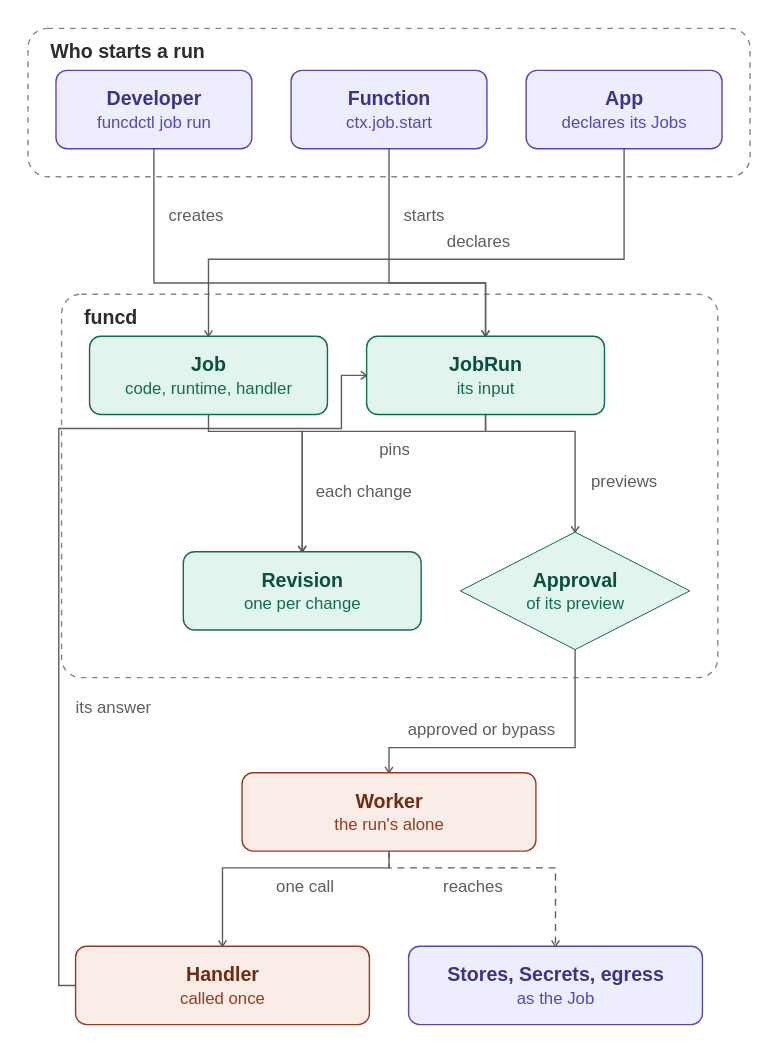
pyvvo/funcd keeps this draw.io diagram as docs/guide/assets/jobs.drawio.svg. Above is the earlier version. Source tidied: cells renumbered, new cells last; positions are measured from the earlier drawing's top-left corner, leaving out a move shared by most shapes.
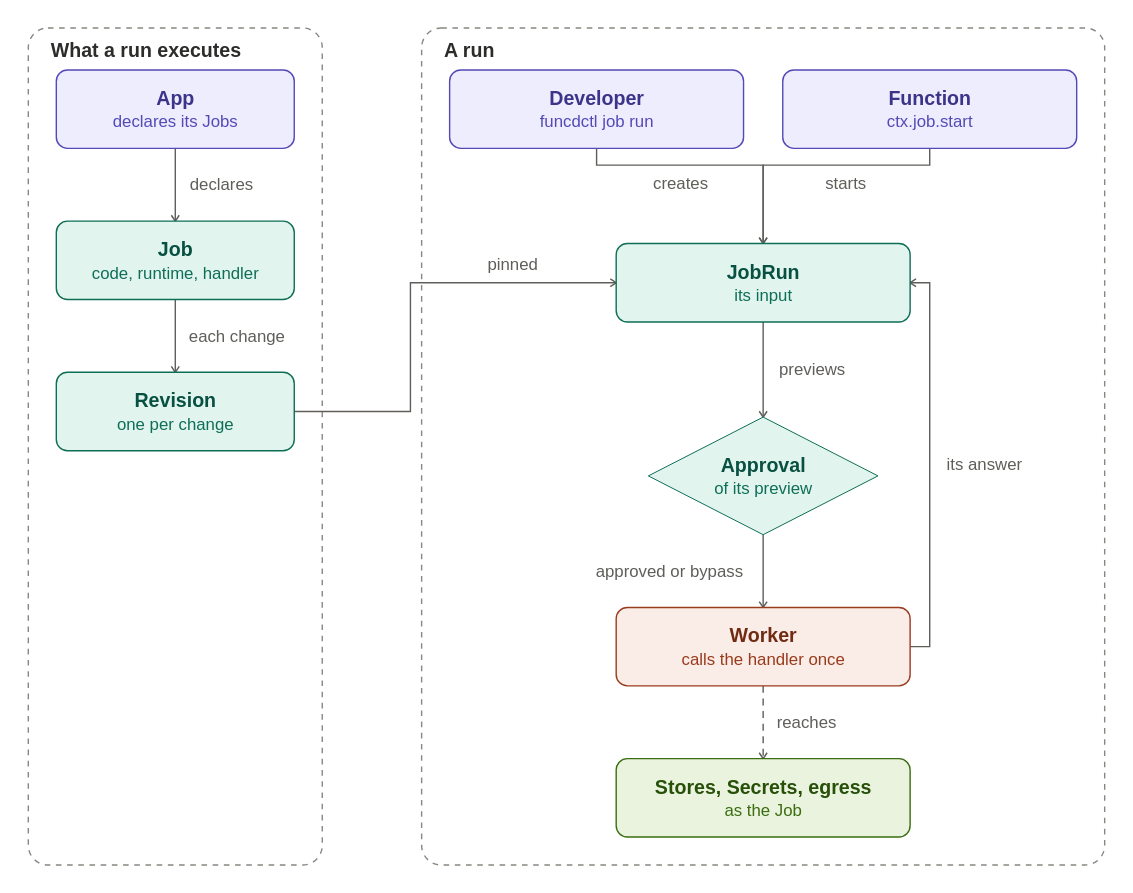
Above is the later version.

The edit, as a diff of the source:
```diff
@@ -2,133 +2,99 @@
   <root>
     <mxCell id="0" />
     <mxCell id="1" parent="0" />
-    <mxCell id="2" value="Who starts a run" style="rounded=1;absoluteArcSize=1;arcSize=28;dashed=1;fillColor=none;strokeColor=#888780;fontStyle=1;fontSize=14;fontColor=#2C2C2A;align=left;verticalAlign=top;spacingLeft=10;spacingTop=2;html=1;" parent="1" vertex="1">
-      <mxGeometry width="516" height="106" as="geometry" />
+    <mxCell id="2" value="What a run executes" style="rounded=1;absoluteArcSize=1;arcSize=28;dashed=1;fillColor=none;strokeColor=#888780;fontStyle=1;fontSize=14;fontColor=#2C2C2A;align=left;verticalAlign=top;spacingLeft=10;spacingTop=2;html=1;" parent="1" vertex="1">
+      <mxGeometry width="210" height="598" as="geometry" />
     </mxCell>
-    <mxCell id="3" value="&lt;b&gt;Developer&lt;/b&gt;&lt;br&gt;&lt;font style=&quot;font-size:12px&quot; color=&quot;#534AB7&quot;&gt;funcdctl job run&lt;/font&gt;" style="rounded=1;absoluteArcSize=1;arcSize=16;whiteSpace=wrap;html=1;fillColor=#EEEDFE;strokeColor=#534AB7;fontColor=#3C3489;fontSize=14;" parent="2" vertex="1">
-      <mxGeometry x="20" y="30" width="140" height="56" as="geometry" />
+    <mxCell id="3" value="&lt;b&gt;App&lt;/b&gt;&lt;br&gt;&lt;font style=&quot;font-size:12px&quot; color=&quot;#534AB7&quot;&gt;declares its Jobs&lt;/font&gt;" style="rounded=1;absoluteArcSize=1;arcSize=16;whiteSpace=wrap;html=1;fillColor=#EEEDFE;strokeColor=#534AB7;fontColor=#3C3489;fontSize=14;" parent="2" vertex="1">
+      <mxGeometry x="20" y="30" width="170" height="56" as="geometry" />
     </mxCell>
-    <mxCell id="4" value="&lt;b&gt;Function&lt;/b&gt;&lt;br&gt;&lt;font style=&quot;font-size:12px&quot; color=&quot;#534AB7&quot;&gt;ctx.job.start&lt;/font&gt;" style="rounded=1;absoluteArcSize=1;arcSize=16;whiteSpace=wrap;html=1;fillColor=#EEEDFE;strokeColor=#534AB7;fontColor=#3C3489;fontSize=14;" parent="2" vertex="1">
-      <mxGeometry x="188" y="30" width="140" height="56" as="geometry" />
+    <mxCell id="4" value="&lt;b&gt;Job&lt;/b&gt;&lt;br&gt;&lt;font style=&quot;font-size:12px&quot; color=&quot;#0F6E56&quot;&gt;code, runtime, handler&lt;/font&gt;" style="rounded=1;absoluteArcSize=1;arcSize=16;whiteSpace=wrap;html=1;fillColor=#E1F5EE;strokeColor=#0F6E56;fontColor=#085041;fontSize=14;" parent="2" vertex="1">
+      <mxGeometry x="20" y="138" width="170" height="56" as="geometry" />
     </mxCell>
-    <mxCell id="5" value="&lt;b&gt;App&lt;/b&gt;&lt;br&gt;&lt;font style=&quot;font-size:12px&quot; color=&quot;#534AB7&quot;&gt;declares its Jobs&lt;/font&gt;" style="rounded=1;absoluteArcSize=1;arcSize=16;whiteSpace=wrap;html=1;fillColor=#EEEDFE;strokeColor=#534AB7;fontColor=#3C3489;fontSize=14;" parent="2" vertex="1">
-      <mxGeometry x="356" y="30" width="140" height="56" as="geometry" />
+    <mxCell id="5" value="&lt;b&gt;Revision&lt;/b&gt;&lt;br&gt;&lt;font style=&quot;font-size:12px&quot; color=&quot;#0F6E56&quot;&gt;one per change&lt;/font&gt;" style="rounded=1;absoluteArcSize=1;arcSize=16;whiteSpace=wrap;html=1;fillColor=#E1F5EE;strokeColor=#0F6E56;fontColor=#085041;fontSize=14;" parent="2" vertex="1">
+      <mxGeometry x="20" y="246" width="170" height="56" as="geometry" />
     </mxCell>
-    <mxCell id="6" value="funcd" style="rounded=1;absoluteArcSize=1;arcSize=28;dashed=1;fillColor=none;strokeColor=#888780;fontStyle=1;fontSize=14;fontColor=#2C2C2A;align=left;verticalAlign=top;spacingLeft=10;spacingTop=2;html=1;" parent="1" vertex="1">
-      <mxGeometry x="24" y="190" width="469" height="274" as="geometry" />
+    <mxCell id="6" value="A run" style="rounded=1;absoluteArcSize=1;arcSize=28;dashed=1;fillColor=none;strokeColor=#888780;fontStyle=1;fontSize=14;fontColor=#2C2C2A;align=left;verticalAlign=top;spacingLeft=10;spacingTop=2;html=1;" parent="1" vertex="1">
+      <mxGeometry x="281" width="488" height="598" as="geometry" />
     </mxCell>
-    <mxCell id="7" value="&lt;b&gt;Job&lt;/b&gt;&lt;br&gt;&lt;font style=&quot;font-size:12px&quot; color=&quot;#0F6E56&quot;&gt;code, runtime, handler&lt;/font&gt;" style="rounded=1;absoluteArcSize=1;arcSize=16;whiteSpace=wrap;html=1;fillColor=#E1F5EE;strokeColor=#0F6E56;fontColor=#085041;fontSize=14;" parent="6" vertex="1">
-      <mxGeometry x="20" y="30" width="170" height="56" as="geometry" />
+    <mxCell id="7" value="&lt;b&gt;Developer&lt;/b&gt;&lt;br&gt;&lt;font style=&quot;font-size:12px&quot; color=&quot;#534AB7&quot;&gt;funcdctl job run&lt;/font&gt;" style="rounded=1;absoluteArcSize=1;arcSize=16;whiteSpace=wrap;html=1;fillColor=#EEEDFE;strokeColor=#534AB7;fontColor=#3C3489;fontSize=14;" parent="6" vertex="1">
+      <mxGeometry x="20" y="30" width="210" height="56" as="geometry" />
     </mxCell>
-    <mxCell id="8" value="&lt;b&gt;Revision&lt;/b&gt;&lt;br&gt;&lt;font style=&quot;font-size:12px&quot; color=&quot;#0F6E56&quot;&gt;one per change&lt;/font&gt;" style="rounded=1;absoluteArcSize=1;arcSize=16;whiteSpace=wrap;html=1;fillColor=#E1F5EE;strokeColor=#0F6E56;fontColor=#085041;fontSize=14;" parent="6" vertex="1">
-      <mxGeometry x="87" y="184" width="170" height="56" as="geometry" />
+    <mxCell id="8" value="&lt;b&gt;Function&lt;/b&gt;&lt;br&gt;&lt;font style=&quot;font-size:12px&quot; color=&quot;#534AB7&quot;&gt;ctx.job.start&lt;/font&gt;" style="rounded=1;absoluteArcSize=1;arcSize=16;whiteSpace=wrap;html=1;fillColor=#EEEDFE;strokeColor=#534AB7;fontColor=#3C3489;fontSize=14;" parent="6" vertex="1">
+      <mxGeometry x="258" y="30" width="210" height="56" as="geometry" />
     </mxCell>
     <mxCell id="9" value="&lt;b&gt;JobRun&lt;/b&gt;&lt;br&gt;&lt;font style=&quot;font-size:12px&quot; color=&quot;#0F6E56&quot;&gt;its input&lt;/font&gt;" style="rounded=1;absoluteArcSize=1;arcSize=16;whiteSpace=wrap;html=1;fillColor=#E1F5EE;strokeColor=#0F6E56;fontColor=#085041;fontSize=14;" parent="6" vertex="1">
-      <mxGeometry x="218" y="30" width="170" height="56" as="geometry" />
+      <mxGeometry x="139" y="154" width="210" height="56" as="geometry" />
     </mxCell>
     <mxCell id="10" value="&lt;b&gt;Approval&lt;/b&gt;&lt;br&gt;&lt;font style=&quot;font-size:12px&quot; color=&quot;#0F6E56&quot;&gt;of its preview&lt;/font&gt;" style="rhombus;whiteSpace=wrap;html=1;fillColor=#E1F5EE;strokeColor=#0F6E56;fontColor=#085041;fontSize=14;" parent="6" vertex="1">
-      <mxGeometry x="285" y="170" width="164" height="84" as="geometry" />
+      <mxGeometry x="162" y="278" width="164" height="84" as="geometry" />
     </mxCell>
-    <mxCell id="11" value="&lt;b&gt;Worker&lt;/b&gt;&lt;br&gt;&lt;font style=&quot;font-size:12px&quot; color=&quot;#993C1D&quot;&gt;the run&amp;#x27;s alone&lt;/font&gt;" style="rounded=1;absoluteArcSize=1;arcSize=16;whiteSpace=wrap;html=1;fillColor=#FAECE7;strokeColor=#993C1D;fontColor=#712B13;fontSize=14;" parent="1" vertex="1">
-      <mxGeometry x="153" y="532" width="210" height="56" as="geometry" />
+    <mxCell id="11" value="&lt;b&gt;Worker&lt;/b&gt;&lt;br&gt;&lt;font style=&quot;font-size:12px&quot; color=&quot;#993C1D&quot;&gt;calls the handler once&lt;/font&gt;" style="rounded=1;absoluteArcSize=1;arcSize=16;whiteSpace=wrap;html=1;fillColor=#FAECE7;strokeColor=#993C1D;fontColor=#712B13;fontSize=14;" parent="6" vertex="1">
+      <mxGeometry x="139" y="414" width="210" height="56" as="geometry" />
     </mxCell>
-    <mxCell id="12" value="&lt;b&gt;Handler&lt;/b&gt;&lt;br&gt;&lt;font style=&quot;font-size:12px&quot; color=&quot;#993C1D&quot;&gt;called once&lt;/font&gt;" style="rounded=1;absoluteArcSize=1;arcSize=16;whiteSpace=wrap;html=1;fillColor=#FAECE7;strokeColor=#993C1D;fontColor=#712B13;fontSize=14;" parent="1" vertex="1">
-      <mxGeometry x="34" y="656" width="210" height="56" as="geometry" />
+    <mxCell id="12" value="&lt;b&gt;Stores, Secrets, egress&lt;/b&gt;&lt;br&gt;&lt;font style=&quot;font-size:12px&quot; color=&quot;#3B6D11&quot;&gt;as the Job&lt;/font&gt;" style="rounded=1;absoluteArcSize=1;arcSize=16;whiteSpace=wrap;html=1;fillColor=#EAF3DE;strokeColor=#3B6D11;fontColor=#27500A;fontSize=14;" parent="6" vertex="1">
+      <mxGeometry x="139" y="522" width="210" height="56" as="geometry" />
     </mxCell>
-    <mxCell id="13" value="&lt;b&gt;Stores, Secrets, egress&lt;/b&gt;&lt;br&gt;&lt;font style=&quot;font-size:12px&quot; color=&quot;#534AB7&quot;&gt;as the Job&lt;/font&gt;" style="rounded=1;absoluteArcSize=1;arcSize=16;whiteSpace=wrap;html=1;fillColor=#EEEDFE;strokeColor=#534AB7;fontColor=#3C3489;fontSize=14;" parent="1" vertex="1">
-      <mxGeometry x="272" y="656" width="210" height="56" as="geometry" />
-    </mxCell>
-    <mxCell id="14" value="creates" style="edgeStyle=orthogonalEdgeStyle;rounded=0;html=1;jettySize=auto;strokeColor=#5F5E5A;fontColor=#5F5E5A;fontSize=12;labelBackgroundColor=#FFFFFF;endSize=7;endArrow=open;endFill=0;exitX=0.5;exitY=1;exitDx=0;exitDy=0;exitPerimeter=0;entryX=0.5;entryY=0;entryDx=0;entryDy=0;entryPerimeter=0;" parent="1" edge="1" source="3" target="9">
-      <mxGeometry x="-0.74" relative="1" as="geometry">
-        <Array as="points">
-          <mxPoint x="90" y="182" />
-          <mxPoint x="327" y="182" />
-        </Array>
-        <mxPoint x="30" as="offset" />
+    <mxCell id="14" value="declares" style="edgeStyle=orthogonalEdgeStyle;rounded=0;html=1;jettySize=auto;strokeColor=#5F5E5A;fontColor=#5F5E5A;fontSize=12;labelBackgroundColor=#FFFFFF;endSize=7;endArrow=open;endFill=0;exitX=0.5;exitY=1;exitDx=0;exitDy=0;exitPerimeter=0;entryX=0.5;entryY=0;entryDx=0;entryDy=0;entryPerimeter=0;" parent="1" edge="1" source="3" target="4">
+      <mxGeometry relative="1" as="geometry">
+        <mxPoint x="33" as="offset" />
       </mxGeometry>
     </mxCell>
-    <mxCell id="15" value="starts" style="edgeStyle=orthogonalEdgeStyle;rounded=0;html=1;jettySize=auto;strokeColor=#5F5E5A;fontColor=#5F5E5A;fontSize=12;labelBackgroundColor=#FFFFFF;endSize=7;endArrow=open;endFill=0;exitX=0.5;exitY=1;exitDx=0;exitDy=0;exitPerimeter=0;entryX=0.5;entryY=0;entryDx=0;entryDy=0;entryPerimeter=0;" parent="1" edge="1" source="4" target="9">
-      <mxGeometry x="-0.53" relative="1" as="geometry">
-        <Array as="points">
-          <mxPoint x="258" y="182" />
-          <mxPoint x="327" y="182" />
-        </Array>
-        <mxPoint x="25" as="offset" />
+    <mxCell id="15" value="each change" style="edgeStyle=orthogonalEdgeStyle;rounded=0;html=1;jettySize=auto;strokeColor=#5F5E5A;fontColor=#5F5E5A;fontSize=12;labelBackgroundColor=#FFFFFF;endSize=7;endArrow=open;endFill=0;exitX=0.5;exitY=1;exitDx=0;exitDy=0;exitPerimeter=0;entryX=0.5;entryY=0;entryDx=0;entryDy=0;entryPerimeter=0;" parent="1" edge="1" source="4" target="5">
+      <mxGeometry relative="1" as="geometry">
+        <mxPoint x="44" as="offset" />
       </mxGeometry>
     </mxCell>
-    <mxCell id="16" value="declares" style="edgeStyle=orthogonalEdgeStyle;rounded=0;html=1;jettySize=auto;strokeColor=#5F5E5A;fontColor=#5F5E5A;fontSize=12;labelBackgroundColor=#FFFFFF;endSize=7;endArrow=open;endFill=0;exitX=0.5;exitY=1;exitDx=0;exitDy=0;exitPerimeter=0;entryX=0.5;entryY=0;entryDx=0;entryDy=0;entryPerimeter=0;" parent="1" edge="1" source="5" target="7">
-      <mxGeometry x="-0.08" relative="1" as="geometry">
+    <mxCell id="16" value="pinned" style="edgeStyle=orthogonalEdgeStyle;rounded=0;html=1;jettySize=auto;strokeColor=#5F5E5A;fontColor=#5F5E5A;fontSize=12;labelBackgroundColor=#FFFFFF;endSize=7;endArrow=open;endFill=0;exitX=1;exitY=0.5;exitDx=0;exitDy=0;exitPerimeter=0;entryX=0;entryY=0.5;entryDx=0;entryDy=0;entryPerimeter=0;" parent="1" edge="1" source="5" target="9">
+      <mxGeometry x="0.54" relative="1" as="geometry">
         <Array as="points">
-          <mxPoint x="426" y="165" />
-          <mxPoint x="129" y="165" />
+          <mxPoint x="273" y="274" />
+          <mxPoint x="273" y="182" />
         </Array>
-        <mxPoint x="15" y="-13" as="offset" />
+        <mxPoint y="-13" as="offset" />
       </mxGeometry>
     </mxCell>
-    <mxCell id="17" value="each change" style="edgeStyle=orthogonalEdgeStyle;rounded=0;html=1;jettySize=auto;strokeColor=#5F5E5A;fontColor=#5F5E5A;fontSize=12;labelBackgroundColor=#FFFFFF;endSize=7;endArrow=open;endFill=0;exitX=0.5;exitY=1;exitDx=0;exitDy=0;exitPerimeter=0;entryX=0.5;entryY=0;entryDx=0;entryDy=0;entryPerimeter=0;" parent="1" edge="1" source="7" target="8">
-      <mxGeometry x="0.48" relative="1" as="geometry">
+    <mxCell id="17" value="creates" style="edgeStyle=orthogonalEdgeStyle;rounded=0;html=1;jettySize=auto;strokeColor=#5F5E5A;fontColor=#5F5E5A;fontSize=12;labelBackgroundColor=#FFFFFF;endSize=7;endArrow=open;endFill=0;exitX=0.5;exitY=1;exitDx=0;exitDy=0;exitPerimeter=0;entryX=0.5;entryY=0;entryDx=0;entryDy=0;entryPerimeter=0;" parent="1" edge="1" source="7" target="9">
+      <mxGeometry x="-0.23" relative="1" as="geometry">
         <Array as="points">
-          <mxPoint x="129" y="288" />
-          <mxPoint x="196" y="288" />
+          <mxPoint x="406" y="98" />
+          <mxPoint x="525" y="98" />
         </Array>
-        <mxPoint x="44" as="offset" />
+        <mxPoint y="13" as="offset" />
       </mxGeometry>
     </mxCell>
-    <mxCell id="18" value="pins" style="edgeStyle=orthogonalEdgeStyle;rounded=0;html=1;jettySize=auto;strokeColor=#5F5E5A;fontColor=#5F5E5A;fontSize=12;labelBackgroundColor=#FFFFFF;endSize=7;endArrow=open;endFill=0;exitX=0.5;exitY=1;exitDx=0;exitDy=0;exitPerimeter=0;entryX=0.5;entryY=0;entryDx=0;entryDy=0;entryPerimeter=0;" parent="1" edge="1" source="9" target="8">
-      <mxGeometry x="-0.32" relative="1" as="geometry">
+    <mxCell id="18" value="starts" style="edgeStyle=orthogonalEdgeStyle;rounded=0;html=1;jettySize=auto;strokeColor=#5F5E5A;fontColor=#5F5E5A;fontSize=12;labelBackgroundColor=#FFFFFF;endSize=7;endArrow=open;endFill=0;exitX=0.5;exitY=1;exitDx=0;exitDy=0;exitPerimeter=0;entryX=0.5;entryY=0;entryDx=0;entryDy=0;entryPerimeter=0;" parent="1" edge="1" source="8" target="9">
+      <mxGeometry x="-0.23" relative="1" as="geometry">
         <Array as="points">
-          <mxPoint x="327" y="288" />
-          <mxPoint x="196" y="288" />
+          <mxPoint x="644" y="98" />
+          <mxPoint x="525" y="98" />
         </Array>
         <mxPoint y="13" as="offset" />
       </mxGeometry>
     </mxCell>
     <mxCell id="19" value="previews" style="edgeStyle=orthogonalEdgeStyle;rounded=0;html=1;jettySize=auto;strokeColor=#5F5E5A;fontColor=#5F5E5A;fontSize=12;labelBackgroundColor=#FFFFFF;endSize=7;endArrow=open;endFill=0;exitX=0.5;exitY=1;exitDx=0;exitDy=0;exitPerimeter=0;entryX=0.5;entryY=0;entryDx=0;entryDy=0;entryPerimeter=0;" parent="1" edge="1" source="9" target="10">
-      <mxGeometry x="0.51" relative="1" as="geometry">
-        <Array as="points">
-          <mxPoint x="327" y="288" />
-          <mxPoint x="391" y="288" />
-        </Array>
+      <mxGeometry relative="1" as="geometry">
         <mxPoint x="35" as="offset" />
       </mxGeometry>
     </mxCell>
     <mxCell id="20" value="approved or bypass" style="edgeStyle=orthogonalEdgeStyle;rounded=0;html=1;jettySize=auto;strokeColor=#5F5E5A;fontColor=#5F5E5A;fontSize=12;labelBackgroundColor=#FFFFFF;endSize=7;endArrow=open;endFill=0;exitX=0.5;exitY=1;exitDx=0;exitDy=0;exitPerimeter=0;entryX=0.5;entryY=0;entryDx=0;entryDy=0;entryPerimeter=0;" parent="1" edge="1" source="10" target="11">
-      <mxGeometry x="0.23" relative="1" as="geometry">
-        <Array as="points">
-          <mxPoint x="391" y="514" />
-          <mxPoint x="258" y="514" />
-        </Array>
-        <mxPoint y="-13" as="offset" />
+      <mxGeometry relative="1" as="geometry">
+        <mxPoint x="-67" as="offset" />
       </mxGeometry>
     </mxCell>
-    <mxCell id="21" value="one call" style="edgeStyle=orthogonalEdgeStyle;rounded=0;html=1;jettySize=auto;strokeColor=#5F5E5A;fontColor=#5F5E5A;fontSize=12;labelBackgroundColor=#FFFFFF;endSize=7;endArrow=open;endFill=0;exitX=0.5;exitY=1;exitDx=0;exitDy=0;exitPerimeter=0;entryX=0.5;entryY=0;entryDx=0;entryDy=0;entryPerimeter=0;" parent="1" edge="1" source="11" target="12">
-      <mxGeometry x="-0.23" relative="1" as="geometry">
+    <mxCell id="21" value="its answer" style="edgeStyle=orthogonalEdgeStyle;rounded=0;html=1;jettySize=auto;strokeColor=#5F5E5A;fontColor=#5F5E5A;fontSize=12;labelBackgroundColor=#FFFFFF;endSize=7;endArrow=open;endFill=0;exitX=1;exitY=0.5;exitDx=0;exitDy=0;exitPerimeter=0;entryX=1;entryY=0.5;entryDx=0;entryDy=0;entryPerimeter=0;" parent="1" edge="1" source="11" target="9">
+      <mxGeometry relative="1" as="geometry">
         <Array as="points">
-          <mxPoint x="258" y="600" />
-          <mxPoint x="139" y="600" />
+          <mxPoint x="644" y="442" />
+          <mxPoint x="644" y="182" />
         </Array>
-        <mxPoint y="13" as="offset" />
+        <mxPoint x="39" as="offset" />
       </mxGeometry>
     </mxCell>
-    <mxCell id="22" value="its answer" style="edgeStyle=orthogonalEdgeStyle;rounded=0;html=1;jettySize=auto;strokeColor=#5F5E5A;fontColor=#5F5E5A;fontSize=12;labelBackgroundColor=#FFFFFF;endSize=7;endArrow=open;endFill=0;exitX=0;exitY=0.5;exitDx=0;exitDy=0;exitPerimeter=0;entryX=0;entryY=0.5;entryDx=0;entryDy=0;entryPerimeter=0;" parent="1" edge="1" source="12" target="9">
-      <mxGeometry x="-0.37" relative="1" as="geometry">
-        <Array as="points">
-          <mxPoint x="22" y="684" />
-          <mxPoint x="22" y="286" />
-          <mxPoint x="224" y="286" />
-          <mxPoint x="224" y="248" />
-        </Array>
-        <mxPoint x="39" as="offset" />
+    <mxCell id="22" value="reaches" style="edgeStyle=orthogonalEdgeStyle;rounded=0;html=1;jettySize=auto;strokeColor=#5F5E5A;fontColor=#5F5E5A;fontSize=12;labelBackgroundColor=#FFFFFF;endSize=7;dashed=1;endArrow=open;endFill=0;exitX=0.5;exitY=1;exitDx=0;exitDy=0;exitPerimeter=0;entryX=0.5;entryY=0;entryDx=0;entryDy=0;entryPerimeter=0;" parent="1" edge="1" source="11" target="12">
+      <mxGeometry relative="1" as="geometry">
+        <mxPoint x="31" as="offset" />
       </mxGeometry>
     </mxCell>
-    <mxCell id="23" value="reaches" style="edgeStyle=orthogonalEdgeStyle;rounded=0;html=1;jettySize=auto;strokeColor=#5F5E5A;fontColor=#5F5E5A;fontSize=12;labelBackgroundColor=#FFFFFF;endSize=7;dashed=1;endArrow=open;endFill=0;exitX=0.5;exitY=1;exitDx=0;exitDy=0;exitPerimeter=0;entryX=0.5;entryY=0;entryDx=0;entryDy=0;entryPerimeter=0;" parent="1" edge="1" source="11" target="13">
-      <mxGeometry x="-0.23" relative="1" as="geometry">
-        <Array as="points">
-          <mxPoint x="258" y="600" />
-          <mxPoint x="377" y="600" />
-        </Array>
-        <mxPoint y="13" as="offset" />
-      </mxGeometry>
-    </mxCell>
   </root>
 </mxGraphModel>
```
